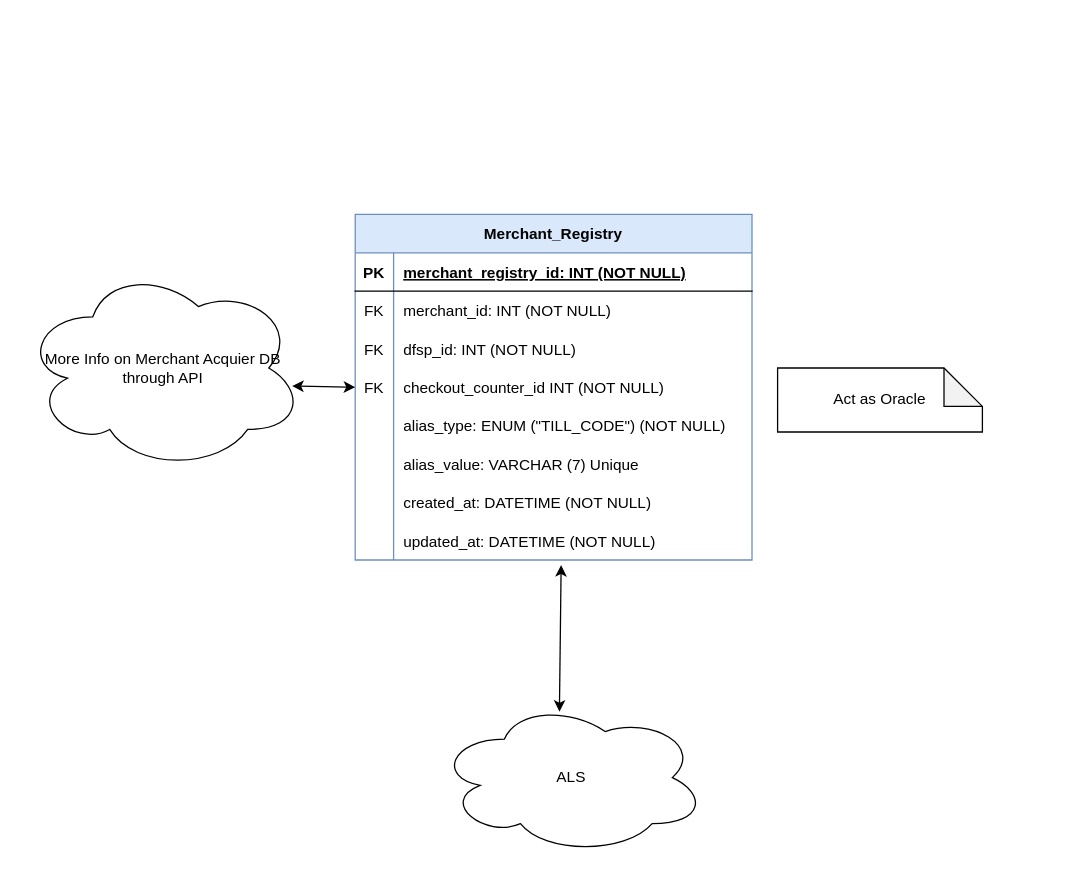
Above: page "MerchantRegistryDB" (2 of 2) of Entity-Relations-Diagram.drawio in mojaloop/merchant-payment-docs (draw.io), before the change. Source tidied: cells renumbered, new cells numbered last; positions are measured from the earlier drawing's top-left corner, leaving out a move shared by most shapes. Both pictures are drawn from the tidied source at 128%, with x=0, y=0 at pixel (22, 214).
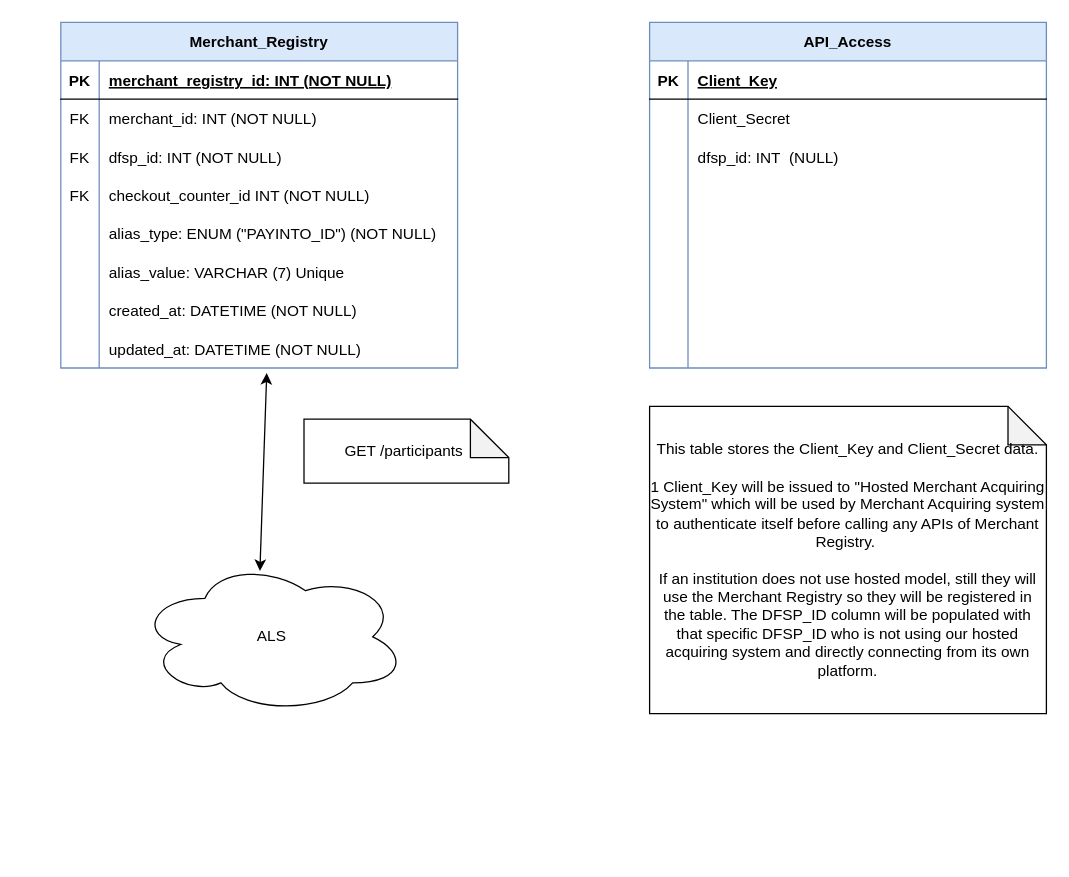
The same page after the edit.

Commit message (it also covers changes not shown here):
Update Erd: PayInto Alias Type/Value, APIAccess, Unused fields in person loc

Unchanged cells that the change refers to:
```xml
<mxCell id="12" style="shape=partialRectangle;fillColor=none;points=[[0,0.5],[1,0.5]];portConstraint=eastwest;top=0;left=0;right=0;bottom=0;" parent="2" vertex="1">
  <mxGeometry y="120" width="310" height="30" as="geometry" />
</mxCell>
<mxCell id="15" style="shape=partialRectangle;fillColor=none;top=0;left=0;right=0;bottom=0;" parent="2" vertex="1">
  <mxGeometry y="150" width="310" height="30" as="geometry" />
</mxCell>
```

What changed in the source:
```diff
@@
     <mxCell id="2" value="Merchant_Registry" style="shape=table;startSize=30;childLayout=tableLayout;rowLines=0;fontStyle=1;align=center;fillColor=#dae8fc;strokeColor=#6c8ebf;" parent="1" vertex="1">
-      <mxGeometry x="260" width="310" height="270" as="geometry" />
+      <mxGeometry x="30" y="-150" width="310" height="270" as="geometry" />
     </mxCell>
@@
-    <mxCell id="17" value="alias_type: ENUM (&quot;TILL_CODE&quot;) (NOT NULL)" style="shape=partialRectangle;overflow=hidden;fillColor=none;top=0;left=0;bottom=0;right=0;align=left;spacingLeft=6;" parent="15" vertex="1">
+    <mxCell id="17" value="alias_type: ENUM (&quot;PAYINTO_ID&quot;) (NOT NULL)" style="shape=partialRectangle;overflow=hidden;fillColor=none;top=0;left=0;bottom=0;right=0;align=left;spacingLeft=6;" parent="15" vertex="1">
       <mxGeometry x="30" width="280" height="30" as="geometry" />
     </mxCell>
@@
     <mxCell id="27" value="ALS" style="ellipse;shape=cloud;whiteSpace=wrap;html=1;" parent="1" vertex="1">
-      <mxGeometry x="324" y="380" width="210" height="120" as="geometry" />
+      <mxGeometry x="90" y="270" width="210" height="120" as="geometry" />
     </mxCell>
@@
-    <mxCell id="29" value="More Info on Merchant Acquier DB&lt;br&gt;through API" style="ellipse;shape=cloud;whiteSpace=wrap;html=1;" parent="1" vertex="1">
-      <mxGeometry y="40" width="220" height="160" as="geometry" />
-    </mxCell>
-    <mxCell id="30" style="endArrow=classic;startArrow=classic;html=1;rounded=0;exitX=0.958;exitY=0.588;exitDx=0;exitDy=0;exitPerimeter=0;entryX=0;entryY=0.5;entryDx=0;entryDy=0;" parent="1" edge="1" source="29" target="12">
-      <mxGeometry relative="1" as="geometry" />
-    </mxCell>
-    <mxCell id="31" value="Act as Oracle" style="shape=note;whiteSpace=wrap;html=1;backgroundOutline=1;darkOpacity=0.05;" parent="1" vertex="1">
-      <mxGeometry x="590" y="120" width="160" height="50" as="geometry" />
+    <mxCell id="31" value="GET /participants&amp;nbsp;" style="shape=note;whiteSpace=wrap;html=1;backgroundOutline=1;darkOpacity=0.05;" parent="1" vertex="1">
+      <mxGeometry x="220" y="160" width="160" height="50" as="geometry" />
     </mxCell>
+    <mxCell id="32" value="API_Access" style="shape=table;startSize=30;childLayout=tableLayout;rowLines=0;fontStyle=1;align=center;fillColor=#dae8fc;strokeColor=#6c8ebf;" parent="1" vertex="1">
+      <mxGeometry x="490" y="-150" width="310" height="270" as="geometry" />
+    </mxCell>
+    <mxCell id="33" style="shape=partialRectangle;fillColor=none;top=0;left=0;right=0;bottom=1;" parent="32" vertex="1">
+      <mxGeometry y="30" width="310" height="30" as="geometry" />
+    </mxCell>
+    <mxCell id="34" value="PK" style="shape=partialRectangle;overflow=hidden;fillColor=none;top=0;left=0;bottom=0;right=0;fontStyle=1;" parent="33" vertex="1">
+      <mxGeometry width="30" height="30" as="geometry" />
+    </mxCell>
+    <mxCell id="35" value="Client_Key" style="shape=partialRectangle;overflow=hidden;fillColor=none;top=0;left=0;bottom=0;right=0;align=left;spacingLeft=6;fontStyle=5;" parent="33" vertex="1">
+      <mxGeometry x="30" width="280" height="30" as="geometry" />
+    </mxCell>
+    <mxCell id="36" style="shape=partialRectangle;fillColor=none;top=0;left=0;right=0;bottom=0;" parent="32" vertex="1">
+      <mxGeometry y="60" width="310" height="30" as="geometry" />
+    </mxCell>
+    <mxCell id="37" style="shape=partialRectangle;overflow=hidden;fillColor=none;top=0;left=0;bottom=0;right=0;" parent="36" vertex="1">
+      <mxGeometry width="30" height="30" as="geometry" />
+    </mxCell>
+    <mxCell id="38" value="Client_Secret" style="shape=partialRectangle;overflow=hidden;fillColor=none;top=0;left=0;bottom=0;right=0;align=left;spacingLeft=6;strokeColor=#6c8ebf;" parent="36" vertex="1">
+      <mxGeometry x="30" width="280" height="30" as="geometry" />
+    </mxCell>
+    <mxCell id="39" style="shape=partialRectangle;fillColor=none;top=0;left=0;right=0;bottom=0;" parent="32" vertex="1">
+      <mxGeometry y="90" width="310" height="30" as="geometry" />
+    </mxCell>
+    <mxCell id="40" style="shape=partialRectangle;overflow=hidden;fillColor=none;top=0;left=0;bottom=0;right=0;" parent="39" vertex="1">
+      <mxGeometry width="30" height="30" as="geometry" />
+    </mxCell>
+    <mxCell id="41" value="dfsp_id: INT  (NULL)" style="shape=partialRectangle;overflow=hidden;fillColor=none;top=0;left=0;bottom=0;right=0;align=left;spacingLeft=6;strokeColor=#6c8ebf;" parent="39" vertex="1">
+      <mxGeometry x="30" width="280" height="30" as="geometry" />
+    </mxCell>
+    <mxCell id="42" style="shape=partialRectangle;fillColor=none;top=0;left=0;right=0;bottom=0;" parent="32" vertex="1">
+      <mxGeometry y="120" width="310" height="30" as="geometry" />
+    </mxCell>
+    <mxCell id="43" style="shape=partialRectangle;overflow=hidden;fillColor=none;top=0;left=0;bottom=0;right=0;" parent="42" vertex="1">
+      <mxGeometry width="30" height="30" as="geometry" />
+    </mxCell>
+    <mxCell id="44" style="shape=partialRectangle;overflow=hidden;fillColor=none;top=0;left=0;bottom=0;right=0;align=left;spacingLeft=6;strokeColor=#6c8ebf;" parent="42" vertex="1">
+      <mxGeometry x="30" width="280" height="30" as="geometry" />
+    </mxCell>
+    <mxCell id="45" style="shape=partialRectangle;fillColor=none;top=0;left=0;right=0;bottom=0;" parent="32" vertex="1">
+      <mxGeometry y="150" width="310" height="30" as="geometry" />
+    </mxCell>
+    <mxCell id="46" style="shape=partialRectangle;overflow=hidden;fillColor=none;top=0;left=0;bottom=0;right=0;" parent="45" vertex="1">
+      <mxGeometry width="30" height="30" as="geometry" />
+    </mxCell>
+    <mxCell id="47" style="shape=partialRectangle;overflow=hidden;fillColor=none;top=0;left=0;bottom=0;right=0;align=left;spacingLeft=6;" parent="45" vertex="1">
+      <mxGeometry x="30" width="280" height="30" as="geometry" />
+    </mxCell>
+    <mxCell id="48" style="shape=partialRectangle;fillColor=none;top=0;left=0;right=0;bottom=0;" parent="32" vertex="1">
+      <mxGeometry y="180" width="310" height="30" as="geometry" />
+    </mxCell>
+    <mxCell id="49" style="shape=partialRectangle;overflow=hidden;fillColor=none;top=0;left=0;bottom=0;right=0;" parent="48" vertex="1">
+      <mxGeometry width="30" height="30" as="geometry" />
+    </mxCell>
+    <mxCell id="50" style="shape=partialRectangle;overflow=hidden;fillColor=none;top=0;left=0;bottom=0;right=0;align=left;spacingLeft=6;" parent="48" vertex="1">
+      <mxGeometry x="30" width="280" height="30" as="geometry" />
+    </mxCell>
+    <mxCell id="51" style="shape=partialRectangle;fillColor=none;top=0;left=0;right=0;bottom=0;" parent="32" vertex="1">
+      <mxGeometry y="210" width="310" height="30" as="geometry" />
+    </mxCell>
+    <mxCell id="52" style="shape=partialRectangle;overflow=hidden;fillColor=none;top=0;left=0;bottom=0;right=0;" parent="51" vertex="1">
+      <mxGeometry width="30" height="30" as="geometry" />
+    </mxCell>
+    <mxCell id="53" style="shape=partialRectangle;overflow=hidden;fillColor=none;top=0;left=0;bottom=0;right=0;align=left;spacingLeft=6;" parent="51" vertex="1">
+      <mxGeometry x="30" width="280" height="30" as="geometry" />
+    </mxCell>
+    <mxCell id="54" style="shape=partialRectangle;fillColor=none;top=0;left=0;right=0;bottom=0;" parent="32" vertex="1">
+      <mxGeometry y="240" width="310" height="30" as="geometry" />
+    </mxCell>
+    <mxCell id="55" style="shape=partialRectangle;overflow=hidden;fillColor=none;top=0;left=0;bottom=0;right=0;" parent="54" vertex="1">
+      <mxGeometry width="30" height="30" as="geometry" />
+    </mxCell>
+    <mxCell id="56" style="shape=partialRectangle;overflow=hidden;fillColor=none;top=0;left=0;bottom=0;right=0;align=left;spacingLeft=6;" parent="54" vertex="1">
+      <mxGeometry x="30" width="280" height="30" as="geometry" />
+    </mxCell>
+    <mxCell id="57" value="This table stores the Client_Key and Client_Secret data.&lt;br&gt;&lt;br&gt;1 Client_Key will be issued to &quot;Hosted Merchant Acquiring System&quot; which will be used by Merchant Acquiring system to authenticate itself before calling any APIs of Merchant Registry.&amp;nbsp;&lt;br&gt;&lt;br&gt;If an institution does not use hosted model, still they will use the Merchant Registry so they will be registered in the table. The DFSP_ID column will be populated with that specific DFSP_ID who is not using our hosted acquiring system and directly connecting from its own platform." style="shape=note;whiteSpace=wrap;html=1;backgroundOutline=1;darkOpacity=0.05;" parent="1" vertex="1">
+      <mxGeometry x="490" y="150" width="310" height="240" as="geometry" />
+    </mxCell>
```
